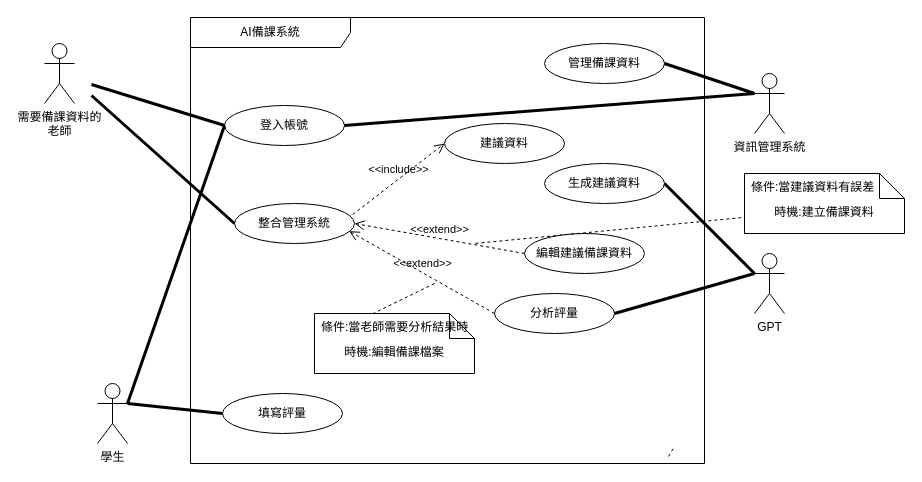
Kevincheng0804/System-analysis keeps this draw.io diagram as 使用個案圖-簡.drawio. Above is the earlier version. Source tidied: cells renumbered, new cells numbered last; positions are measured from the earlier drawing's top-left corner, leaving out a move shared by most shapes. Both pictures are drawn from the tidied source at 100%, with x=0, y=0 at pixel (44, 17).
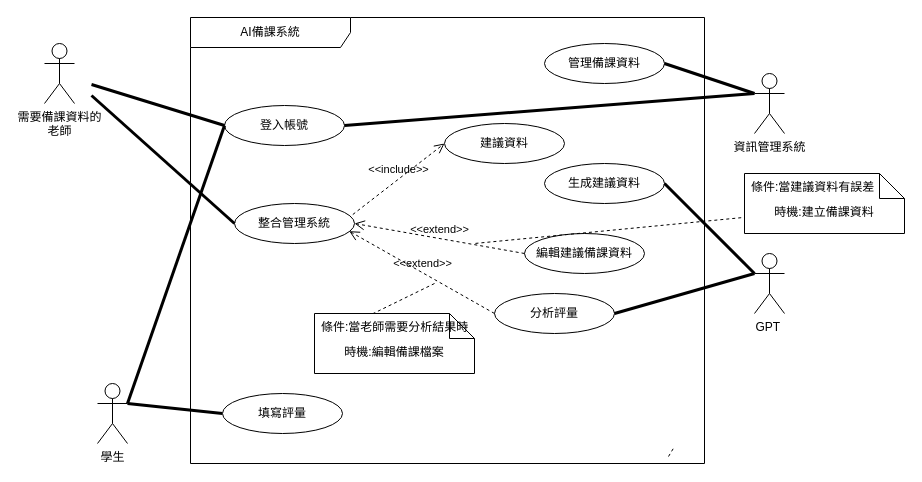
Above is the later version.

Commit message:
更新使用個案圖-簡.drawio

Change to the diagram source:
```diff
@@
-    <mxCell id="23" value="GPT" style="shape=umlActor;verticalLabelPosition=bottom;verticalAlign=top;html=1;" parent="1" vertex="1">
+    <mxCell id="23" value="GPT&amp;nbsp;" style="shape=umlActor;verticalLabelPosition=bottom;verticalAlign=top;html=1;" parent="1" vertex="1">
       <mxGeometry x="710" y="236" width="30" height="60" as="geometry" />
     </mxCell>
```
